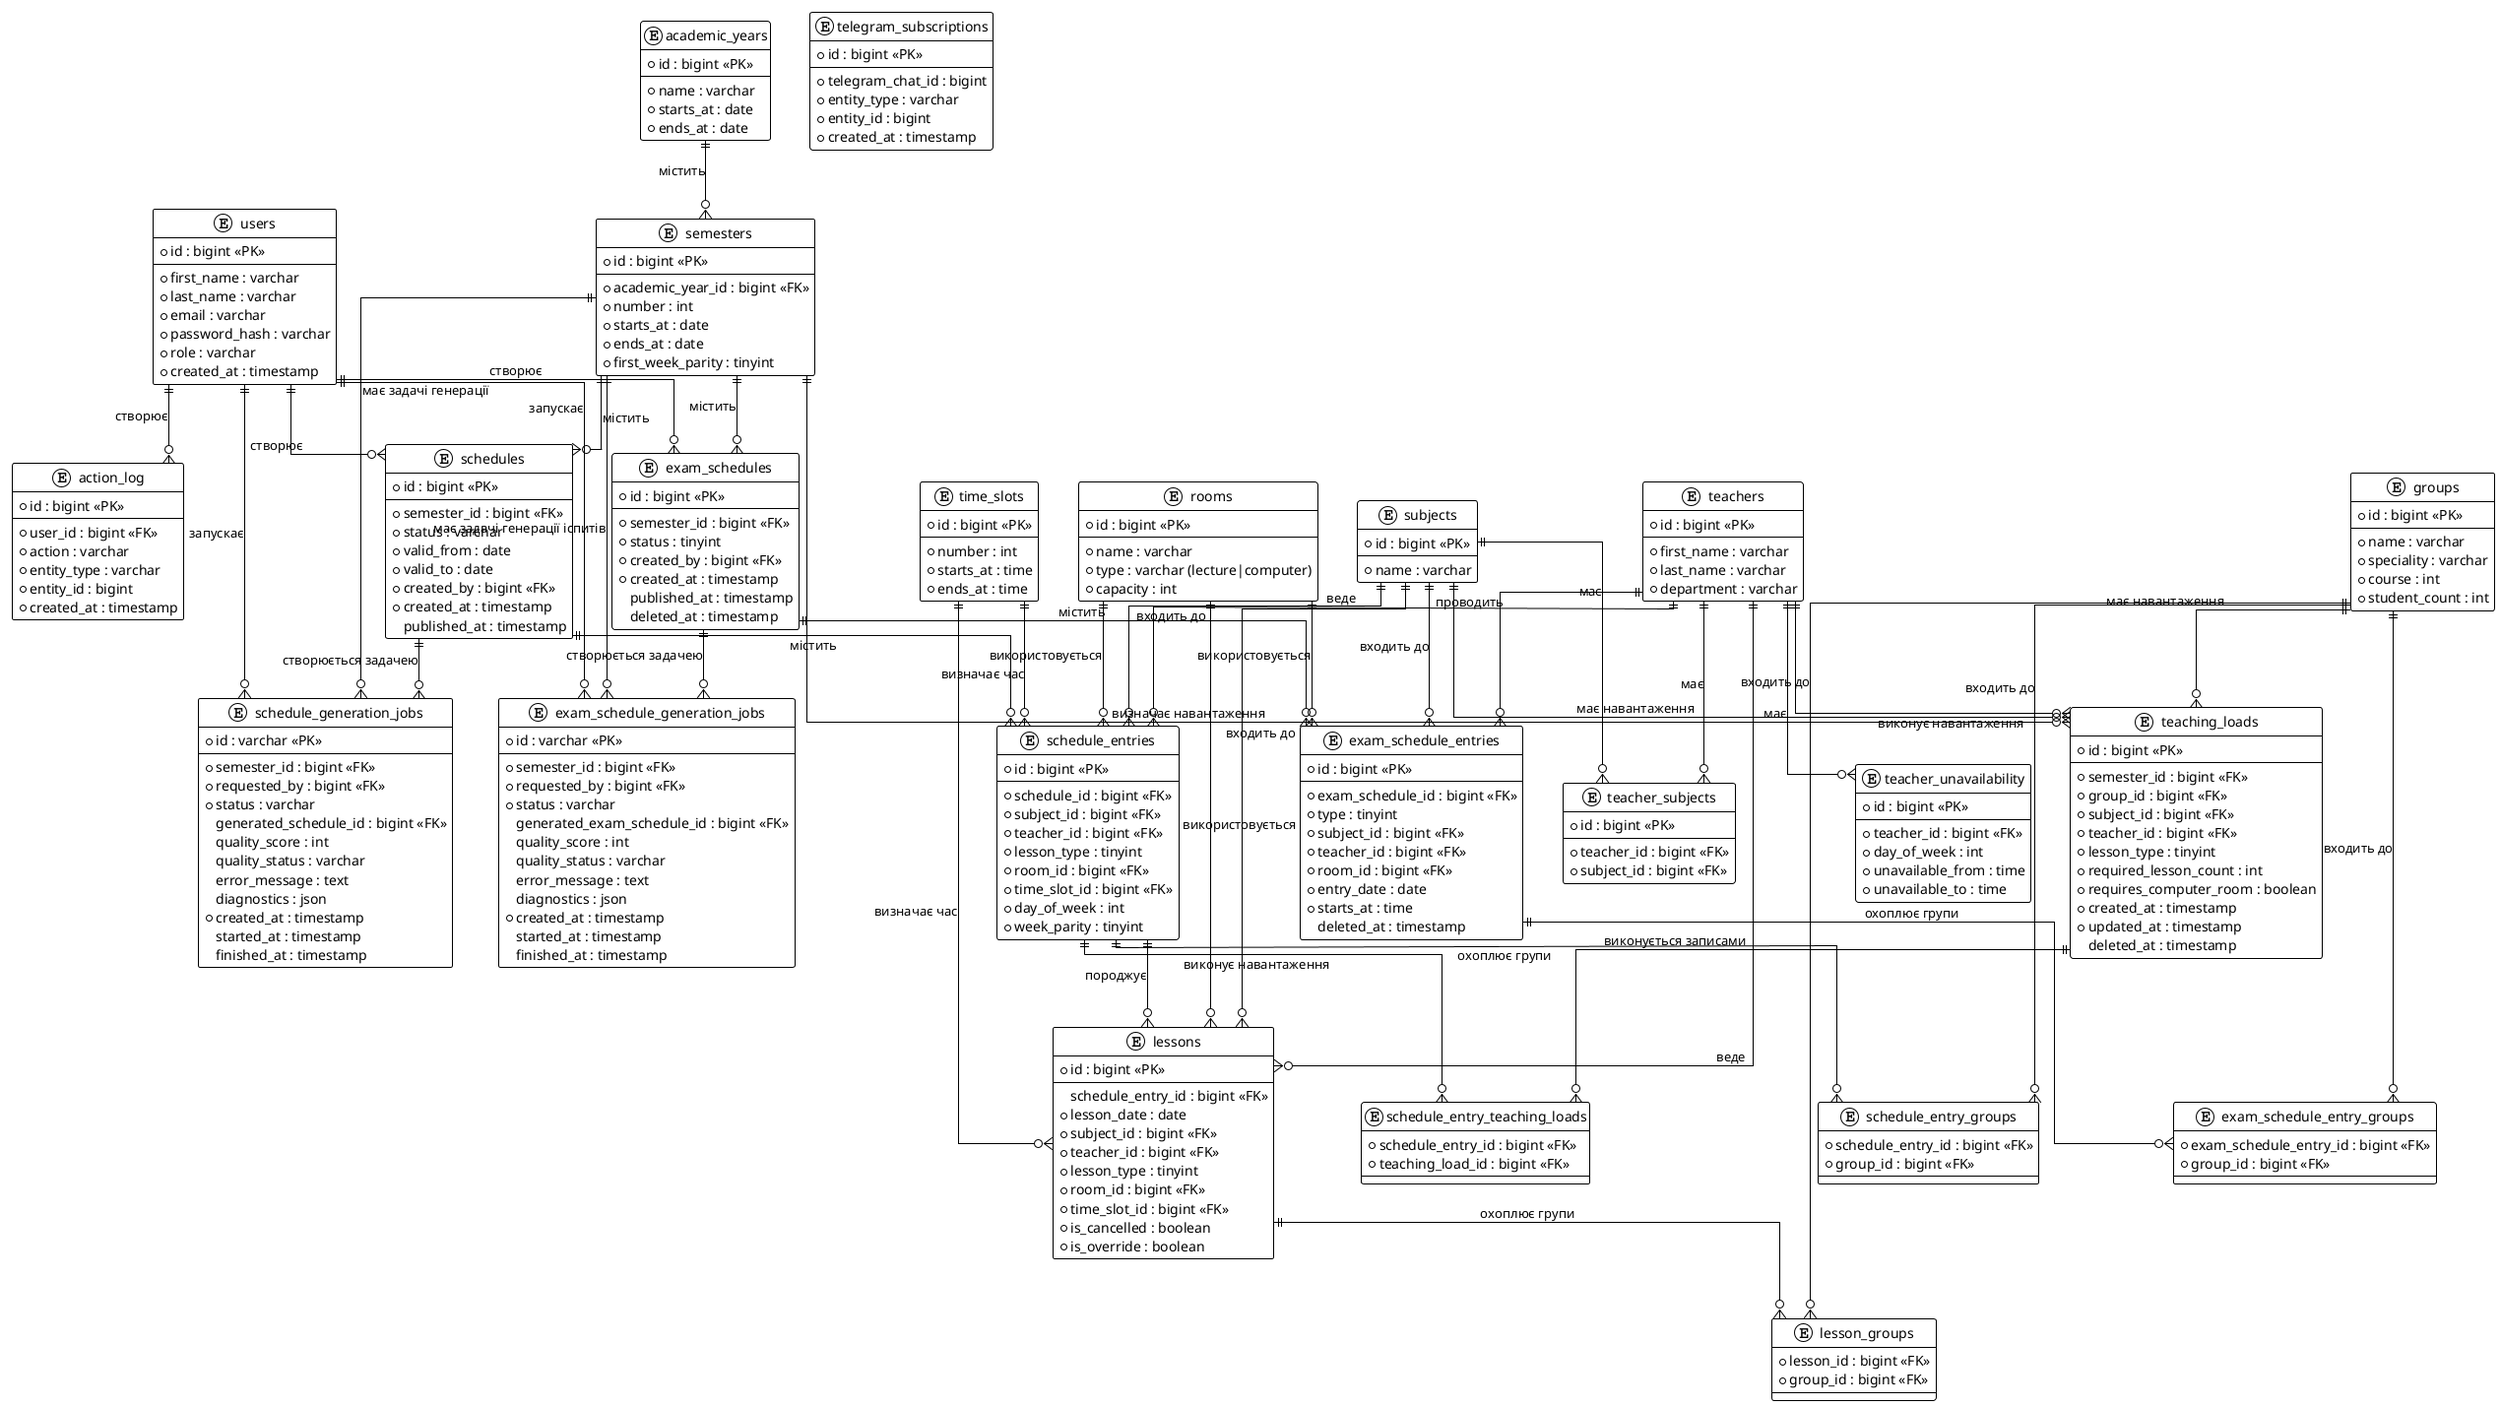
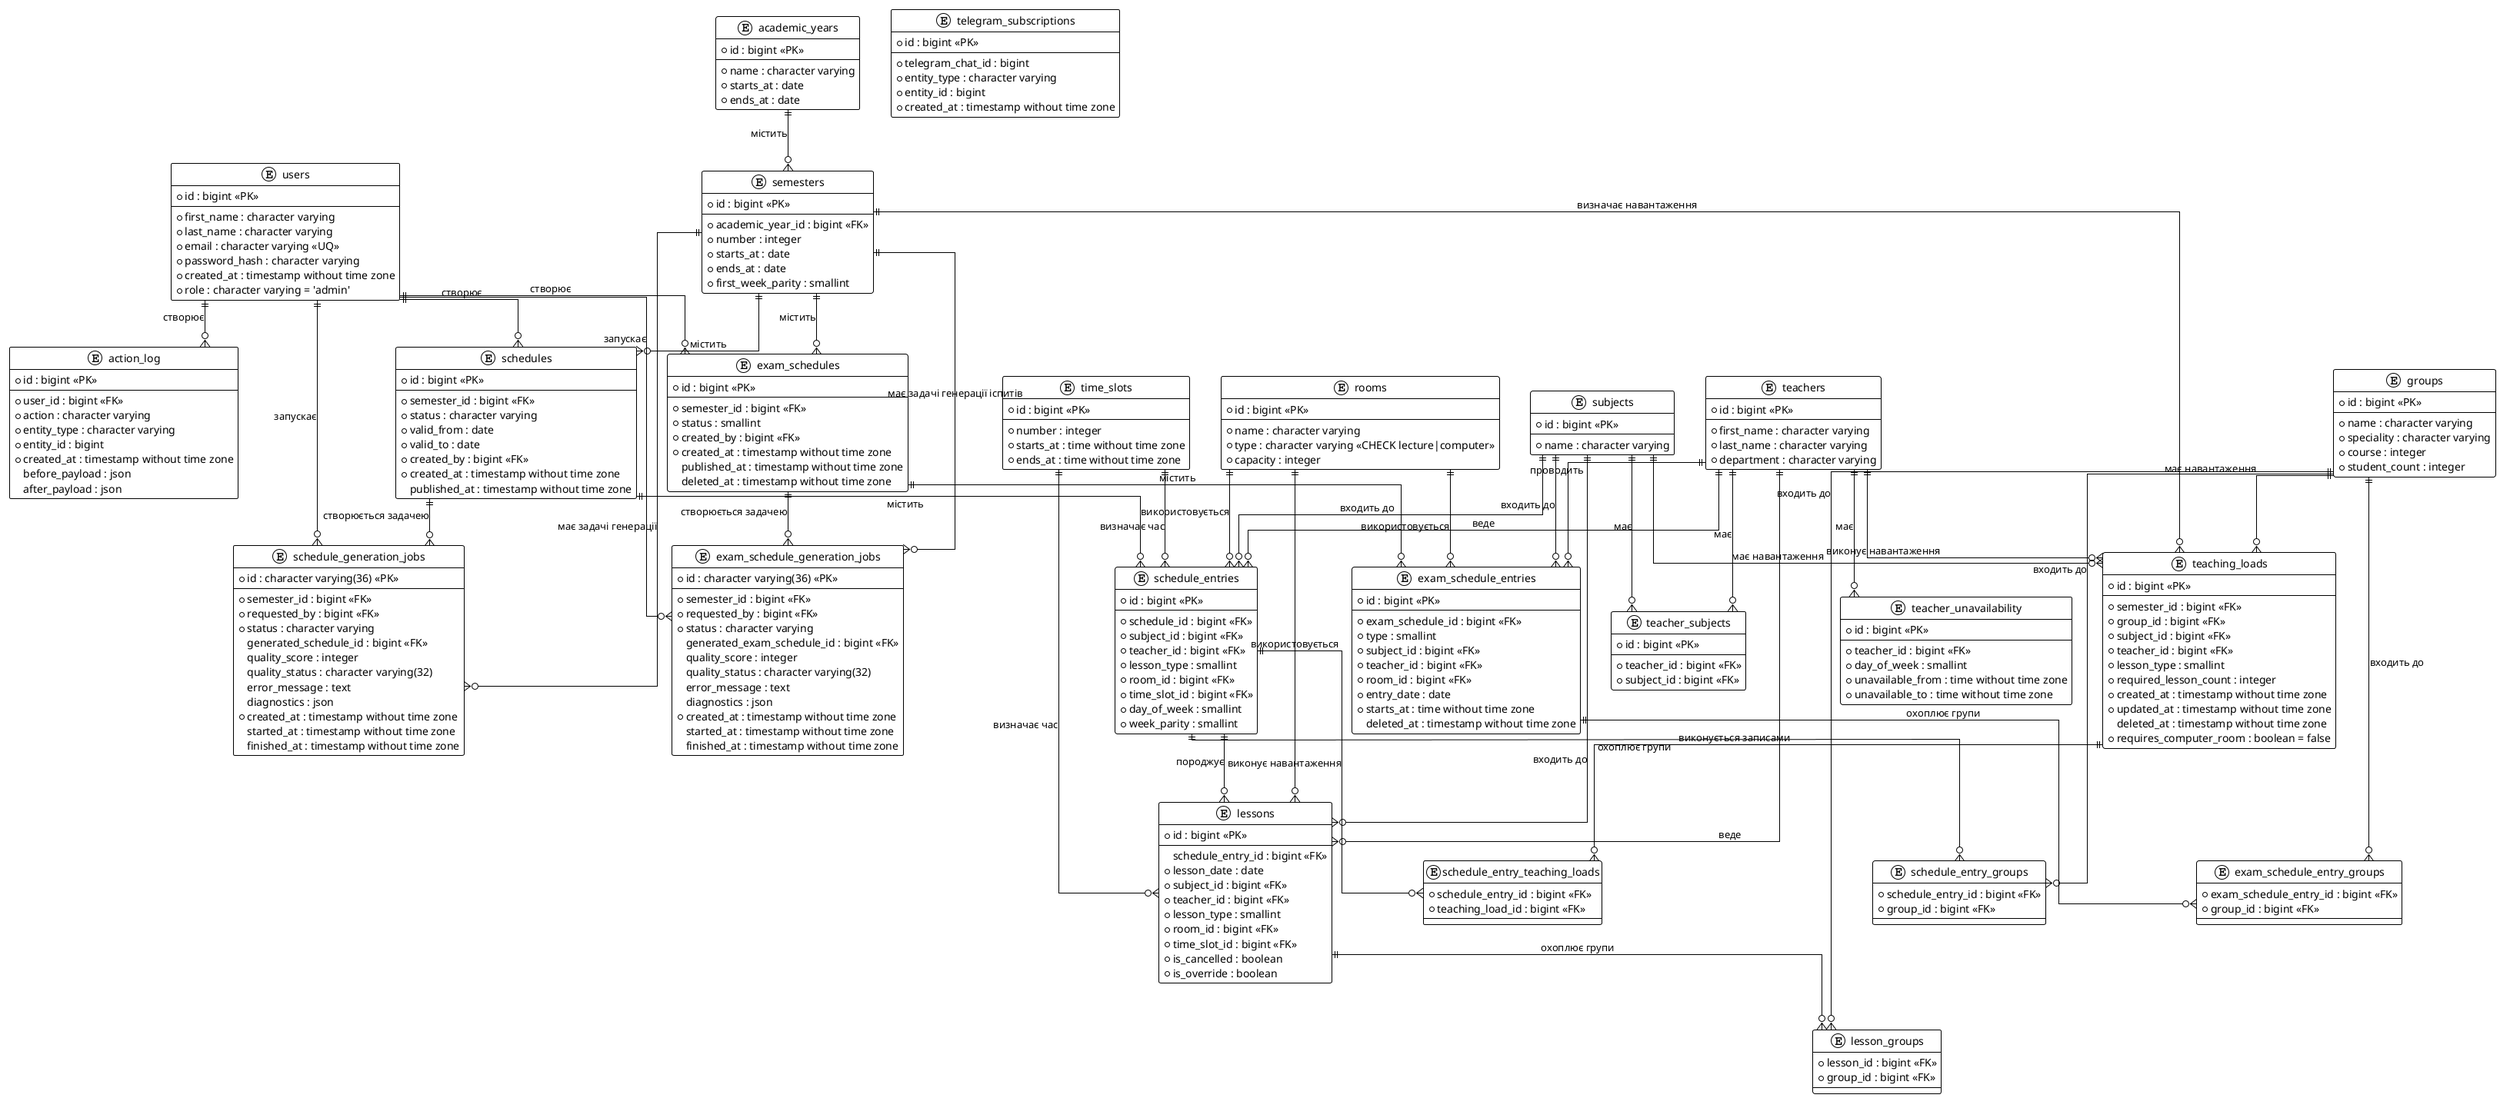
@startuml
!theme plain
skinparam linetype ortho
skinparam ranksep 60
skinparam nodesep 40

entity users {
  * id : bigint <<PK>>
  --
-   * first_name : varchar
-   * last_name : varchar
-   * email : varchar
-   * password_hash : varchar
-   * role : varchar
-   * created_at : timestamp
+   * first_name : character varying
+   * last_name : character varying
+   * email : character varying <<UQ>>
+   * password_hash : character varying
+   * created_at : timestamp without time zone
+   * role : character varying = 'admin'
}

entity telegram_subscriptions {
  * id : bigint <<PK>>
  --
  * telegram_chat_id : bigint
-   * entity_type : varchar
+   * entity_type : character varying
  * entity_id : bigint
-   * created_at : timestamp
+   * created_at : timestamp without time zone
}

entity academic_years {
  * id : bigint <<PK>>
  --
-   * name : varchar
+   * name : character varying
  * starts_at : date
  * ends_at : date
}

entity semesters {
  * id : bigint <<PK>>
  --
  * academic_year_id : bigint <<FK>>
-   * number : int
+   * number : integer
  * starts_at : date
  * ends_at : date
-   * first_week_parity : tinyint
+   * first_week_parity : smallint
}

entity groups {
  * id : bigint <<PK>>
  --
-   * name : varchar
-   * speciality : varchar
-   * course : int
-   * student_count : int
+   * name : character varying
+   * speciality : character varying
+   * course : integer
+   * student_count : integer
}

entity teachers {
  * id : bigint <<PK>>
  --
-   * first_name : varchar
-   * last_name : varchar
-   * department : varchar
+   * first_name : character varying
+   * last_name : character varying
+   * department : character varying
}

entity teacher_unavailability {
  * id : bigint <<PK>>
  --
  * teacher_id : bigint <<FK>>
-   * day_of_week : int
-   * unavailable_from : time
-   * unavailable_to : time
+   * day_of_week : smallint
+   * unavailable_from : time without time zone
+   * unavailable_to : time without time zone
}

entity subjects {
  * id : bigint <<PK>>
  --
-   * name : varchar
+   * name : character varying
}

entity teacher_subjects {
  * id : bigint <<PK>>
  --
  * teacher_id : bigint <<FK>>
  * subject_id : bigint <<FK>>
}

entity teaching_loads {
  * id : bigint <<PK>>
  --
  * semester_id : bigint <<FK>>
  * group_id : bigint <<FK>>
  * subject_id : bigint <<FK>>
  * teacher_id : bigint <<FK>>
-   * lesson_type : tinyint
-   * required_lesson_count : int
-   * requires_computer_room : boolean
-   * created_at : timestamp
-   * updated_at : timestamp
-   deleted_at : timestamp
+   * lesson_type : smallint
+   * required_lesson_count : integer
+   * created_at : timestamp without time zone
+   * updated_at : timestamp without time zone
+   deleted_at : timestamp without time zone
+   * requires_computer_room : boolean = false
}

entity rooms {
  * id : bigint <<PK>>
  --
-   * name : varchar
-   * type : varchar (lecture|computer)
-   * capacity : int
+   * name : character varying
+   * type : character varying <<CHECK lecture|computer>>
+   * capacity : integer
}

entity time_slots {
  * id : bigint <<PK>>
  --
-   * number : int
-   * starts_at : time
-   * ends_at : time
+   * number : integer
+   * starts_at : time without time zone
+   * ends_at : time without time zone
}

entity schedules {
  * id : bigint <<PK>>
  --
  * semester_id : bigint <<FK>>
-   * status : varchar
+   * status : character varying
  * valid_from : date
  * valid_to : date
  * created_by : bigint <<FK>>
-   * created_at : timestamp
-   published_at : timestamp
+   * created_at : timestamp without time zone
+   published_at : timestamp without time zone
}

entity schedule_generation_jobs {
-   * id : varchar <<PK>>
+   * id : character varying(36) <<PK>>
  --
  * semester_id : bigint <<FK>>
  * requested_by : bigint <<FK>>
-   * status : varchar
+   * status : character varying
  generated_schedule_id : bigint <<FK>>
-   quality_score : int
-   quality_status : varchar
+   quality_score : integer
+   quality_status : character varying(32)
  error_message : text
  diagnostics : json
-   * created_at : timestamp
-   started_at : timestamp
-   finished_at : timestamp
+   * created_at : timestamp without time zone
+   started_at : timestamp without time zone
+   finished_at : timestamp without time zone
}

entity exam_schedule_generation_jobs {
-   * id : varchar <<PK>>
+   * id : character varying(36) <<PK>>
  --
  * semester_id : bigint <<FK>>
  * requested_by : bigint <<FK>>
-   * status : varchar
+   * status : character varying
  generated_exam_schedule_id : bigint <<FK>>
-   quality_score : int
-   quality_status : varchar
+   quality_score : integer
+   quality_status : character varying(32)
  error_message : text
  diagnostics : json
-   * created_at : timestamp
-   started_at : timestamp
-   finished_at : timestamp
+   * created_at : timestamp without time zone
+   started_at : timestamp without time zone
+   finished_at : timestamp without time zone
}

entity schedule_entries {
  * id : bigint <<PK>>
  --
  * schedule_id : bigint <<FK>>
  * subject_id : bigint <<FK>>
  * teacher_id : bigint <<FK>>
-   * lesson_type : tinyint
+   * lesson_type : smallint
  * room_id : bigint <<FK>>
  * time_slot_id : bigint <<FK>>
-   * day_of_week : int
-   * week_parity : tinyint
+   * day_of_week : smallint
+   * week_parity : smallint
}

entity schedule_entry_groups {
  * schedule_entry_id : bigint <<FK>>
  * group_id : bigint <<FK>>
}

entity schedule_entry_teaching_loads {
  * schedule_entry_id : bigint <<FK>>
  * teaching_load_id : bigint <<FK>>
}

entity lessons {
  * id : bigint <<PK>>
  --
  schedule_entry_id : bigint <<FK>>
  * lesson_date : date
  * subject_id : bigint <<FK>>
  * teacher_id : bigint <<FK>>
-   * lesson_type : tinyint
+   * lesson_type : smallint
  * room_id : bigint <<FK>>
  * time_slot_id : bigint <<FK>>
  * is_cancelled : boolean
  * is_override : boolean
}

entity lesson_groups {
  * lesson_id : bigint <<FK>>
  * group_id : bigint <<FK>>
}

entity exam_schedules {
  * id : bigint <<PK>>
  --
  * semester_id : bigint <<FK>>
-   * status : tinyint
+   * status : smallint
  * created_by : bigint <<FK>>
-   * created_at : timestamp
-   published_at : timestamp
-   deleted_at : timestamp
+   * created_at : timestamp without time zone
+   published_at : timestamp without time zone
+   deleted_at : timestamp without time zone
}

entity exam_schedule_entries {
  * id : bigint <<PK>>
  --
  * exam_schedule_id : bigint <<FK>>
-   * type : tinyint
+   * type : smallint
  * subject_id : bigint <<FK>>
  * teacher_id : bigint <<FK>>
  * room_id : bigint <<FK>>
  * entry_date : date
-   * starts_at : time
-   deleted_at : timestamp
+   * starts_at : time without time zone
+   deleted_at : timestamp without time zone
}

entity exam_schedule_entry_groups {
  * exam_schedule_entry_id : bigint <<FK>>
  * group_id : bigint <<FK>>
}

entity action_log {
  * id : bigint <<PK>>
  --
  * user_id : bigint <<FK>>
-   * action : varchar
-   * entity_type : varchar
+   * action : character varying
+   * entity_type : character varying
  * entity_id : bigint
-   * created_at : timestamp
+   * created_at : timestamp without time zone
+   before_payload : json
+   after_payload : json
}

users ||--o{ action_log : "створює"
users ||--o{ exam_schedules : "створює"
users ||--o{ schedules : "створює"
users ||--o{ schedule_generation_jobs : "запускає"
users ||--o{ exam_schedule_generation_jobs : "запускає"

academic_years ||--o{ semesters : "містить"

semesters ||--o{ schedules : "містить"
semesters ||--o{ exam_schedules : "містить"
semesters ||--o{ teaching_loads : "визначає навантаження"
semesters ||--o{ schedule_generation_jobs : "має задачі генерації"
semesters ||--o{ exam_schedule_generation_jobs : "має задачі генерації іспитів"

schedules ||--o{ schedule_entries : "містить"
schedules ||--o{ schedule_generation_jobs : "створюється задачею"

teachers ||--o{ teacher_unavailability : "має"
teachers ||--o{ teacher_subjects : "має"
teachers ||--o{ teaching_loads : "виконує навантаження"
teachers ||--o{ schedule_entries : "веде"
teachers ||--o{ lessons : "веде"
teachers ||--o{ exam_schedule_entries : "проводить"

subjects ||--o{ teacher_subjects : "має"
subjects ||--o{ teaching_loads : "має навантаження"
subjects ||--o{ schedule_entries : "входить до"
subjects ||--o{ lessons : "входить до"
subjects ||--o{ exam_schedule_entries : "входить до"

rooms ||--o{ schedule_entries : "використовується"
rooms ||--o{ lessons : "використовується"
rooms ||--o{ exam_schedule_entries : "використовується"

time_slots ||--o{ schedule_entries : "визначає час"
time_slots ||--o{ lessons : "визначає час"

schedule_entries ||--o{ schedule_entry_groups : "охоплює групи"
schedule_entries ||--o{ schedule_entry_teaching_loads : "виконує навантаження"
schedule_entries ||--o{ lessons : "породжує"

teaching_loads ||--o{ schedule_entry_teaching_loads : "виконується записами"

lessons ||--o{ lesson_groups : "охоплює групи"

groups ||--o{ schedule_entry_groups : "входить до"
groups ||--o{ lesson_groups : "входить до"
groups ||--o{ exam_schedule_entry_groups : "входить до"
groups ||--o{ teaching_loads : "має навантаження"

exam_schedules ||--o{ exam_schedule_entries : "містить"
exam_schedules ||--o{ exam_schedule_generation_jobs : "створюється задачею"
exam_schedule_entries ||--o{ exam_schedule_entry_groups : "охоплює групи"

@enduml
